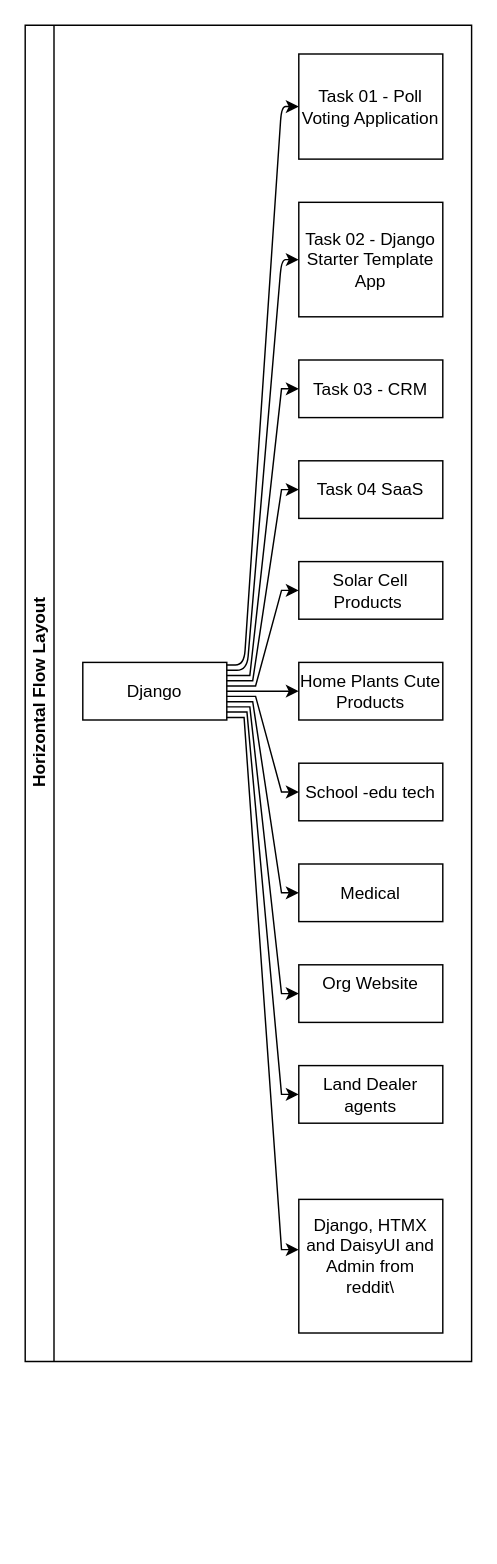
Before: mindmaps - 001 Diagram.drawio in sip005/drawio_01, a draw.io diagram. Source tidied: cells renumbered, new cells numbered last; positions are measured from the earlier drawing's top-left corner, leaving out a move shared by most shapes. Both pictures are drawn from the tidied source at 144%, with x=0, y=0 at pixel (24, 24).
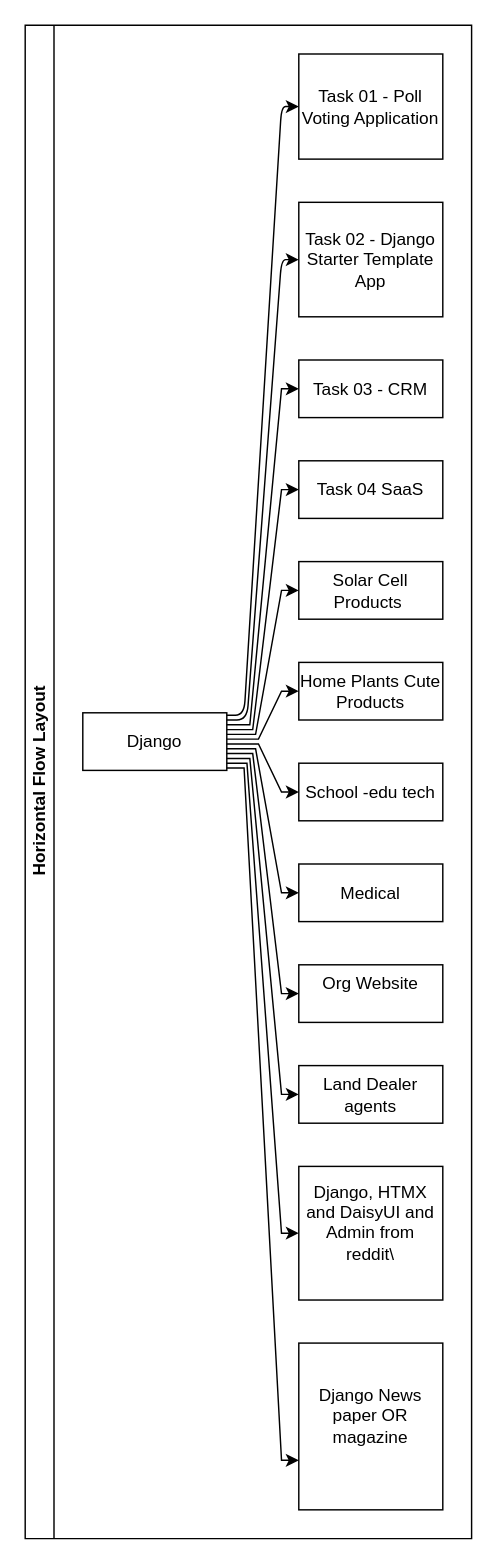
The same page after the edit.

The change refers to these unchanged cells:
```xml
<mxCell id="4" value="Task 01 - Poll Voting Application" style="whiteSpace=wrap;html=1;" parent="2" vertex="1">
  <mxGeometry x="190" y="20" width="100" height="73" as="geometry" />
</mxCell>
<mxCell id="6" value="Task 02 - Django Starter Template App" style="whiteSpace=wrap;html=1;" parent="2" vertex="1">
  <mxGeometry x="190" y="123" width="100" height="79.5" as="geometry" />
</mxCell>
<mxCell id="9" value="Task 03 - CRM" style="whiteSpace=wrap;html=1;" parent="2" vertex="1">
  <mxGeometry x="190" y="232.5" width="100" height="40" as="geometry" />
</mxCell>
<mxCell id="11" value="Task 04 SaaS" style="whiteSpace=wrap;html=1;" parent="2" vertex="1">
  <mxGeometry x="190" y="302.5" width="100" height="40" as="geometry" />
</mxCell>
<mxCell id="13" value="Solar Cell Products&amp;nbsp;" style="whiteSpace=wrap;html=1;" parent="2" vertex="1">
  <mxGeometry x="190" y="372.5" width="100" height="40" as="geometry" />
</mxCell>
<mxCell id="15" value="Home Plants Cute Products" style="whiteSpace=wrap;html=1;" parent="2" vertex="1">
  <mxGeometry x="190" y="442.5" width="100" height="40" as="geometry" />
</mxCell>
<mxCell id="17" value="School -edu tech" style="whiteSpace=wrap;html=1;" parent="2" vertex="1">
  <mxGeometry x="190" y="512.5" width="100" height="40" as="geometry" />
</mxCell>
<mxCell id="19" value="Medical" style="whiteSpace=wrap;html=1;" parent="2" vertex="1">
  <mxGeometry x="190" y="582.5" width="100" height="40" as="geometry" />
</mxCell>
<mxCell id="21" value="Org Website&lt;div&gt;&lt;br&gt;&lt;/div&gt;" style="whiteSpace=wrap;html=1;" parent="2" vertex="1">
  <mxGeometry x="190" y="652.5" width="100" height="40" as="geometry" />
</mxCell>
<mxCell id="23" value="Land Dealer agents" style="whiteSpace=wrap;html=1;" parent="2" vertex="1">
  <mxGeometry x="190" y="722.5" width="100" height="40" as="geometry" />
</mxCell>
```

The edit, as a diff of the source:
```diff
@@
     <mxCell id="2" value="Horizontal Flow Layout" style="swimlane;html=1;startSize=20;horizontal=0;flowOrientation=west;interRankCellSpacing=50;containerType=tree;fontSize=12;" parent="1" vertex="1">
-      <mxGeometry width="310" height="928" as="geometry" />
+      <mxGeometry width="310" height="1051" as="geometry" />
     </mxCell>
     <mxCell id="3" value="Django" style="whiteSpace=wrap;html=1;" parent="2" vertex="1">
-      <mxGeometry x="40" y="442.5" width="100" height="40" as="geometry" />
+      <mxGeometry x="40" y="477.5" width="100" height="40" as="geometry" />
     </mxCell>
@@
     <mxCell id="5" style="html=1;rounded=1;curved=0;sourcePerimeterSpacing=0;targetPerimeterSpacing=0;startSize=6;endSize=6;noEdgeStyle=1;orthogonal=1;" parent="2" edge="1" source="3" target="4">
       <mxGeometry relative="1" as="geometry">
         <Array as="points">
-          <mxPoint x="152" y="444.3" />
+          <mxPoint x="152" y="479.2" />
           <mxPoint x="178" y="56.5" />
         </Array>
       </mxGeometry>
     </mxCell>
@@
     <mxCell id="7" style="html=1;rounded=1;curved=0;sourcePerimeterSpacing=0;targetPerimeterSpacing=0;startSize=6;endSize=6;noEdgeStyle=1;orthogonal=1;" parent="2" edge="1" source="3" target="6">
       <mxGeometry relative="1" as="geometry">
         <Array as="points">
-          <mxPoint x="154" y="448" />
+          <mxPoint x="154" y="482.5" />
           <mxPoint x="178" y="162.8" />
         </Array>
       </mxGeometry>
     </mxCell>
     <mxCell id="8" style="edgeStyle=orthogonalEdgeStyle;rounded=0;jettySize=auto;html=1;noEdgeStyle=1;orthogonal=1;" parent="2" edge="1" source="3" target="9">
       <mxGeometry relative="1" as="geometry">
         <Array as="points">
-          <mxPoint x="156" y="451.6" />
+          <mxPoint x="156" y="485.8" />
           <mxPoint x="178" y="252.5" />
         </Array>
       </mxGeometry>
     </mxCell>
@@
     <mxCell id="10" style="edgeStyle=orthogonalEdgeStyle;rounded=0;jettySize=auto;html=1;noEdgeStyle=1;orthogonal=1;" parent="2" edge="1" source="3" target="11">
       <mxGeometry relative="1" as="geometry">
         <Array as="points">
-          <mxPoint x="158" y="455.2" />
+          <mxPoint x="158" y="489.2" />
           <mxPoint x="178" y="322.5" />
         </Array>
       </mxGeometry>
     </mxCell>
@@
     <mxCell id="12" style="edgeStyle=orthogonalEdgeStyle;rounded=0;jettySize=auto;html=1;noEdgeStyle=1;orthogonal=1;" parent="2" edge="1" source="3" target="13">
       <mxGeometry relative="1" as="geometry">
         <Array as="points">
-          <mxPoint x="160" y="458.9" />
+          <mxPoint x="160" y="492.5" />
           <mxPoint x="178" y="392.5" />
         </Array>
       </mxGeometry>
     </mxCell>
@@
     <mxCell id="14" style="edgeStyle=orthogonalEdgeStyle;rounded=0;jettySize=auto;html=1;noEdgeStyle=1;orthogonal=1;" parent="2" edge="1" source="3" target="15">
       <mxGeometry relative="1" as="geometry">
         <Array as="points">
-          <mxPoint x="162" y="462.5" />
+          <mxPoint x="162" y="495.8" />
           <mxPoint x="178" y="462.5" />
         </Array>
       </mxGeometry>
     </mxCell>
@@
     <mxCell id="16" style="edgeStyle=orthogonalEdgeStyle;rounded=0;jettySize=auto;html=1;noEdgeStyle=1;orthogonal=1;" parent="2" edge="1" source="3" target="17">
       <mxGeometry relative="1" as="geometry">
         <Array as="points">
-          <mxPoint x="160" y="466.1" />
+          <mxPoint x="162" y="499.2" />
           <mxPoint x="178" y="532.5" />
         </Array>
       </mxGeometry>
     </mxCell>
@@
     <mxCell id="18" style="edgeStyle=orthogonalEdgeStyle;rounded=0;jettySize=auto;html=1;noEdgeStyle=1;orthogonal=1;" parent="2" edge="1" source="3" target="19">
       <mxGeometry relative="1" as="geometry">
         <Array as="points">
-          <mxPoint x="158" y="469.8" />
+          <mxPoint x="160" y="502.5" />
           <mxPoint x="178" y="602.5" />
         </Array>
       </mxGeometry>
     </mxCell>
@@
     <mxCell id="20" style="edgeStyle=orthogonalEdgeStyle;rounded=0;jettySize=auto;html=1;noEdgeStyle=1;orthogonal=1;" parent="2" edge="1" source="3" target="21">
       <mxGeometry relative="1" as="geometry">
         <Array as="points">
-          <mxPoint x="156" y="473.4" />
+          <mxPoint x="158" y="505.8" />
           <mxPoint x="178" y="672.5" />
         </Array>
       </mxGeometry>
     </mxCell>
@@
     <mxCell id="22" style="edgeStyle=orthogonalEdgeStyle;rounded=0;jettySize=auto;html=1;noEdgeStyle=1;orthogonal=1;" parent="2" edge="1" source="3" target="23">
       <mxGeometry relative="1" as="geometry">
         <Array as="points">
-          <mxPoint x="154" y="477" />
+          <mxPoint x="156" y="509.2" />
           <mxPoint x="178" y="742.5" />
         </Array>
       </mxGeometry>
     </mxCell>
@@
     <mxCell id="24" style="edgeStyle=orthogonalEdgeStyle;rounded=0;jettySize=auto;html=1;noEdgeStyle=1;orthogonal=1;" parent="2" edge="1" source="3" target="25">
       <mxGeometry relative="1" as="geometry">
         <Array as="points">
-          <mxPoint x="152" y="480.7" />
-          <mxPoint x="178" y="850.3" />
+          <mxPoint x="154" y="512.5" />
+          <mxPoint x="178" y="838.9" />
         </Array>
       </mxGeometry>
     </mxCell>
     <mxCell id="25" value="Django, HTMX and DaisyUI and Admin from reddit\&lt;div&gt;&lt;br&gt;&lt;/div&gt;" style="whiteSpace=wrap;html=1;" parent="2" vertex="1">
-      <mxGeometry x="190" y="815.4" width="100" height="92.8" as="geometry" />
+      <mxGeometry x="190" y="792.5" width="100" height="92.8" as="geometry" />
     </mxCell>
+    <mxCell id="26" style="edgeStyle=orthogonalEdgeStyle;rounded=0;jettySize=auto;html=1;noEdgeStyle=1;orthogonal=1;" parent="2" edge="1" source="3" target="27">
+      <mxGeometry relative="1" as="geometry">
+        <Array as="points">
+          <mxPoint x="152" y="515.8" />
+          <mxPoint x="178" y="996.6" />
+        </Array>
+      </mxGeometry>
+    </mxCell>
+    <mxCell id="27" value="Django News paper OR magazine&lt;div&gt;&lt;br&gt;&lt;/div&gt;" style="whiteSpace=wrap;html=1;" parent="2" vertex="1">
+      <mxGeometry x="190" y="915.2" width="100" height="115.8" as="geometry" />
+    </mxCell>
```
